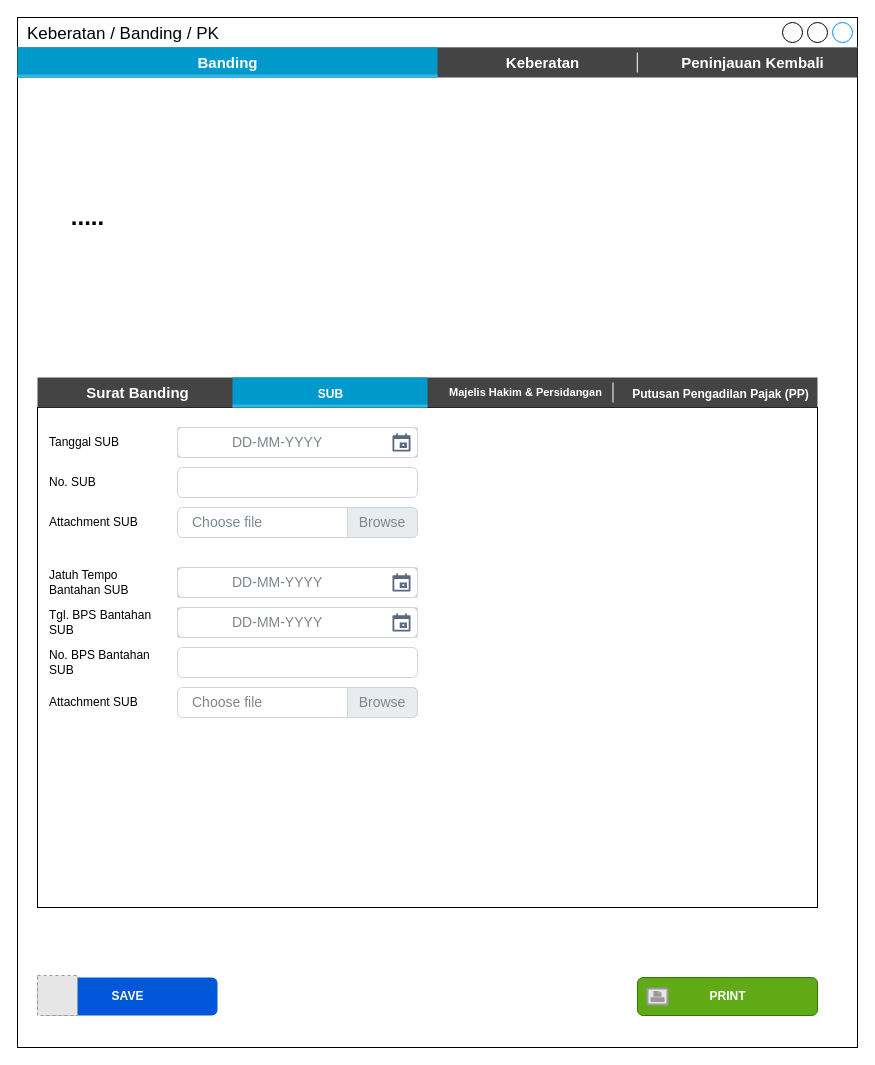
Earlier version of the draw.io diagram page "4.1 Banding_SUB" (17 of 22) of TAMS.drawio (prasetyodavid/TAMS). Source tidied: cells renumbered, new cells numbered last; positions are measured from the earlier drawing's top-left corner, leaving out a move shared by most shapes. Both pictures are drawn from the tidied source at 100%, with x=0, y=0 at pixel (17, 17). Pictures stored in the file or linked from it are replaced by grey dashed boxes.
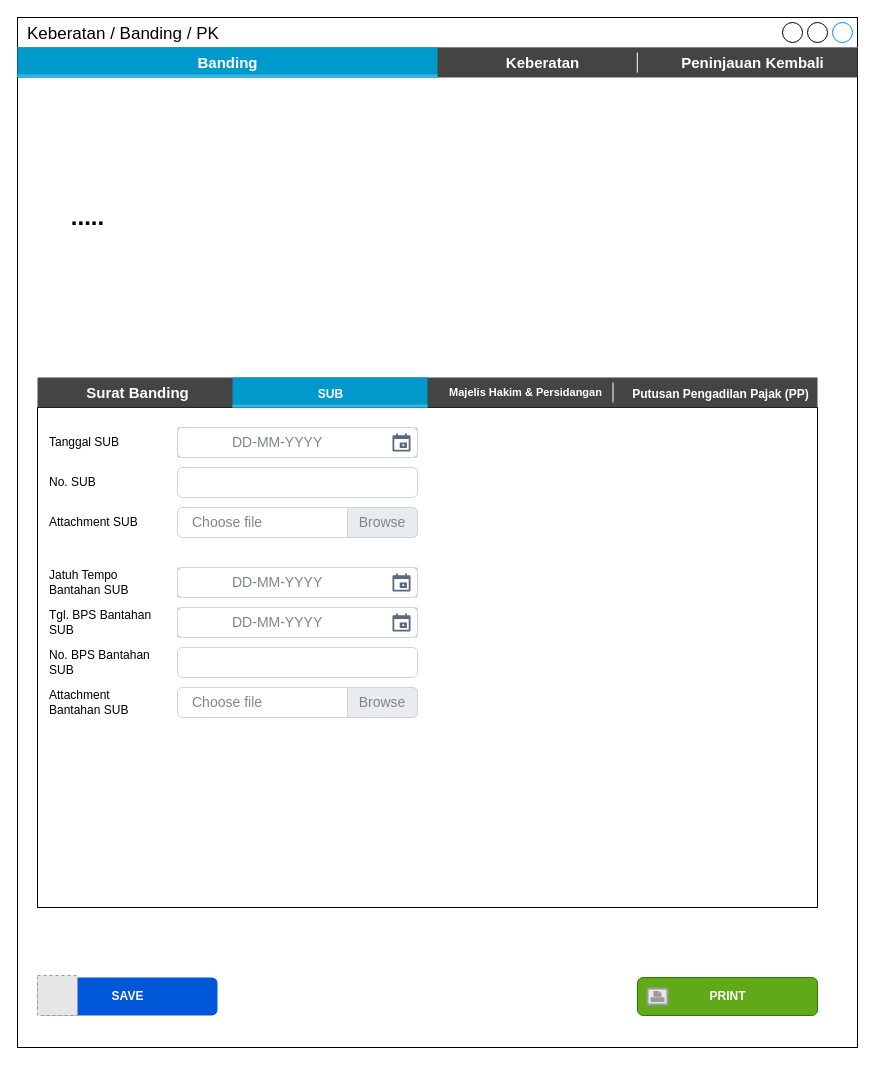
The same diagram, later.

Diff of the diagram source:
```diff
@@
-    <mxCell id="47" value="Attachment SUB" style="text;html=1;strokeColor=none;fillColor=none;align=left;verticalAlign=middle;whiteSpace=wrap;rounded=0;fontColor=default;" parent="1" vertex="1">
+    <mxCell id="47" value="Attachment Bantahan SUB" style="text;html=1;strokeColor=none;fillColor=none;align=left;verticalAlign=middle;whiteSpace=wrap;rounded=0;fontColor=default;" parent="1" vertex="1">
       <mxGeometry x="30" y="670" width="115" height="30" as="geometry" />
     </mxCell>
```
